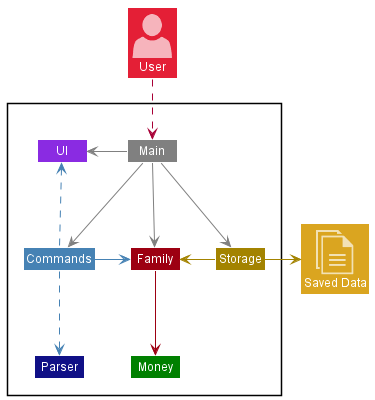
nus-cs2113-AY2122S2/tp keeps this PlantUML diagram as docs/images/ArchitectureDiagram.png. Above is the earlier version.
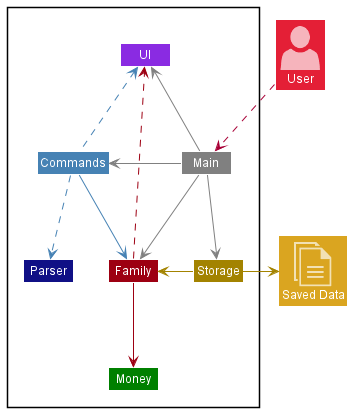
Later version of the same file.

Commit message:
Update Architecture Diagram

What changed in the source:
```diff
@@ -23,14 +23,14 @@
 Main -right[#grey]->Storage
 
 Commands -up[COMMAND_COLOR].>UI
-Commands -left[COMMAND_COLOR]->Family
-
+Commands -[COMMAND_COLOR]->Family
 Commands -down[COMMAND_COLOR].>Parser
 
-Family -down[MODEL_COLOR]->Money
+Family -[MODEL_COLOR]->Money
+Family -[MODEL_COLOR].> UI
 
 Storage -left[STORAGE_COLOR]->Family
 Storage -right[STORAGE_COLOR]->File
 
-User ..> Main
+User .D.> Main
 @enduml
```
